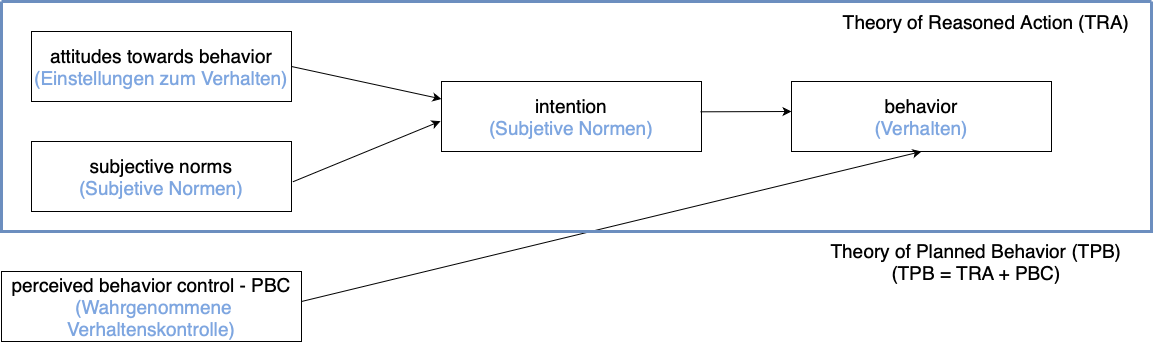
This is TRA/TPB.drawio.png from Brouny09/Web_Programming, a draw.io export, as it was before one commit. Source tidied: cells renumbered, new cells last; positions are measured from the earlier drawing's top-left corner, leaving out a move shared by most shapes.
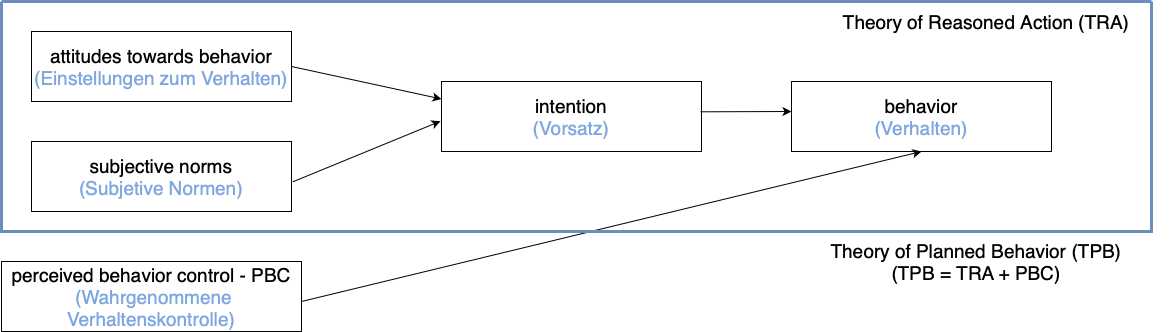
After the change.

Commit message:
TRA/TPB.drawio.png eingefügt

The edit, as a diff of the source:
```diff
@@ -9,9 +9,9 @@
       <mxGeometry x="30" y="140" width="260" height="70" as="geometry" />
     </mxCell>
     <mxCell id="4" value="&lt;div&gt;&lt;span style=&quot;color: rgb(0, 0, 0);&quot;&gt;&lt;font style=&quot;font-size: 19px;&quot;&gt;perceived behavior control - PBC&lt;/font&gt;&lt;/span&gt;&lt;/div&gt;&lt;div&gt;&lt;font style=&quot;font-size: 19px;&quot;&gt;&lt;span style=&quot;color: rgb(126, 166, 224);&quot;&gt;&amp;nbsp;&lt;/span&gt;&lt;span style=&quot;color: rgb(126, 166, 224);&quot;&gt;(Wahrgenommene Verhaltenskontrolle&lt;/span&gt;&lt;span style=&quot;color: rgb(126, 166, 224);&quot;&gt;)&lt;/span&gt;&lt;/font&gt;&lt;br&gt;&lt;/div&gt;" style="rounded=0;whiteSpace=wrap;html=1;" parent="1" vertex="1">
-      <mxGeometry y="270" width="300" height="70" as="geometry" />
+      <mxGeometry y="260" width="300" height="70" as="geometry" />
     </mxCell>
-    <mxCell id="5" value="&lt;div&gt;&lt;font style=&quot;font-size: 19px;&quot;&gt;intention&lt;/font&gt;&lt;/div&gt;&lt;div&gt;&lt;font style=&quot;font-size: 19px;&quot;&gt;&lt;span style=&quot;color: rgb(126, 166, 224);&quot;&gt;(Subjetive Normen&lt;/span&gt;&lt;span style=&quot;color: rgb(126, 166, 224);&quot;&gt;)&lt;/span&gt;&lt;/font&gt;&lt;br&gt;&lt;/div&gt;" style="rounded=0;whiteSpace=wrap;html=1;" parent="1" vertex="1">
+    <mxCell id="5" value="&lt;div&gt;&lt;font style=&quot;font-size: 19px;&quot;&gt;intention&lt;/font&gt;&lt;/div&gt;&lt;div&gt;&lt;font style=&quot;font-size: 19px;&quot;&gt;&lt;span style=&quot;color: rgb(126, 166, 224);&quot;&gt;(Vorsatz&lt;/span&gt;&lt;span style=&quot;color: rgb(126, 166, 224);&quot;&gt;)&lt;/span&gt;&lt;/font&gt;&lt;br&gt;&lt;/div&gt;" style="rounded=0;whiteSpace=wrap;html=1;" parent="1" vertex="1">
       <mxGeometry x="440" y="80" width="260" height="70" as="geometry" />
     </mxCell>
     <mxCell id="6" value="&lt;div&gt;&lt;span style=&quot;color: rgb(0, 0, 0);&quot;&gt;&lt;font style=&quot;font-size: 19px;&quot;&gt;behavior&lt;/font&gt;&lt;/span&gt;&lt;/div&gt;&lt;div&gt;&lt;font style=&quot;font-size: 19px;&quot;&gt;&lt;span style=&quot;color: rgb(126, 166, 224);&quot;&gt;(Verhalten&lt;/span&gt;&lt;span style=&quot;color: rgb(126, 166, 224);&quot;&gt;)&lt;/span&gt;&lt;/font&gt;&lt;br&gt;&lt;/div&gt;" style="rounded=0;whiteSpace=wrap;html=1;" parent="1" vertex="1">
```
